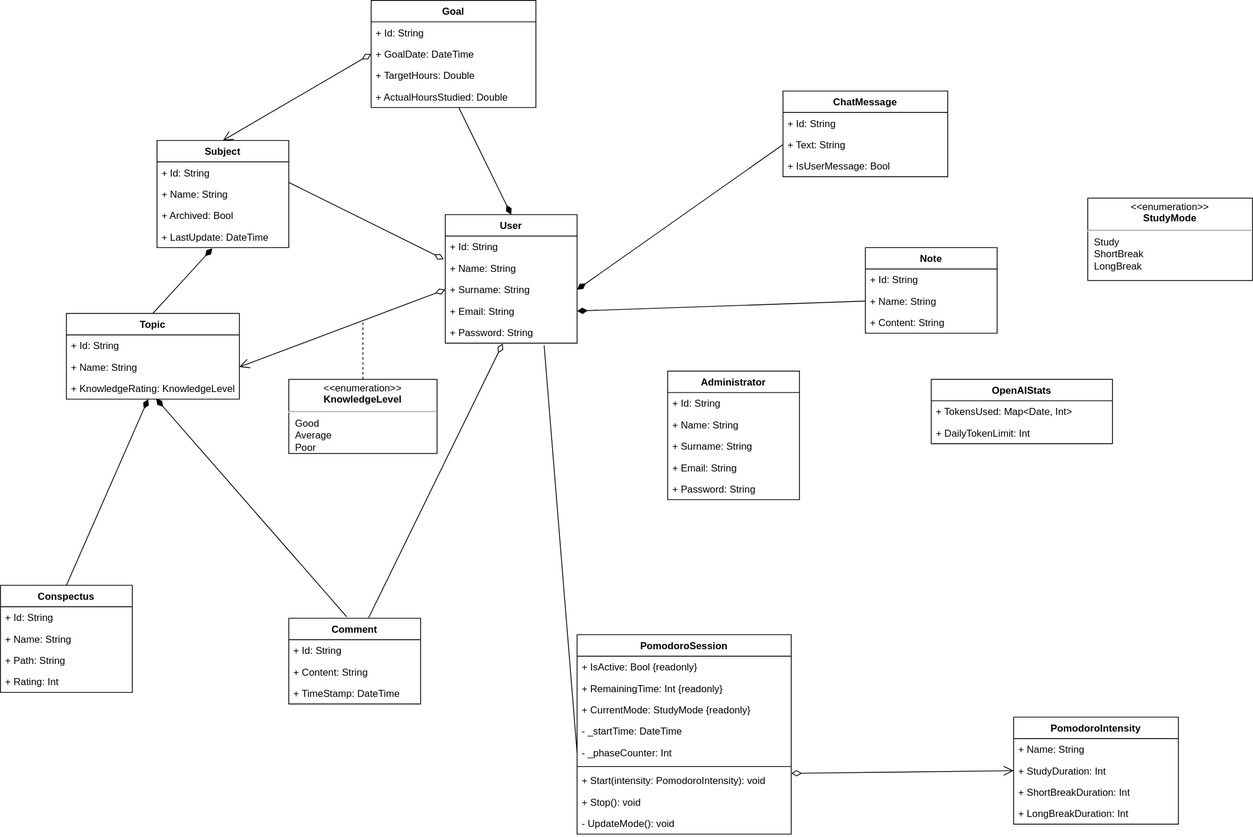
Earlier version of the draw.io export lab2diags/logical-view/models.drawio.svg (piatrashkakanstantinass/psi2). Source tidied: cells renumbered, new cells last; positions are measured from the earlier drawing's top-left corner, leaving out a move shared by most shapes.
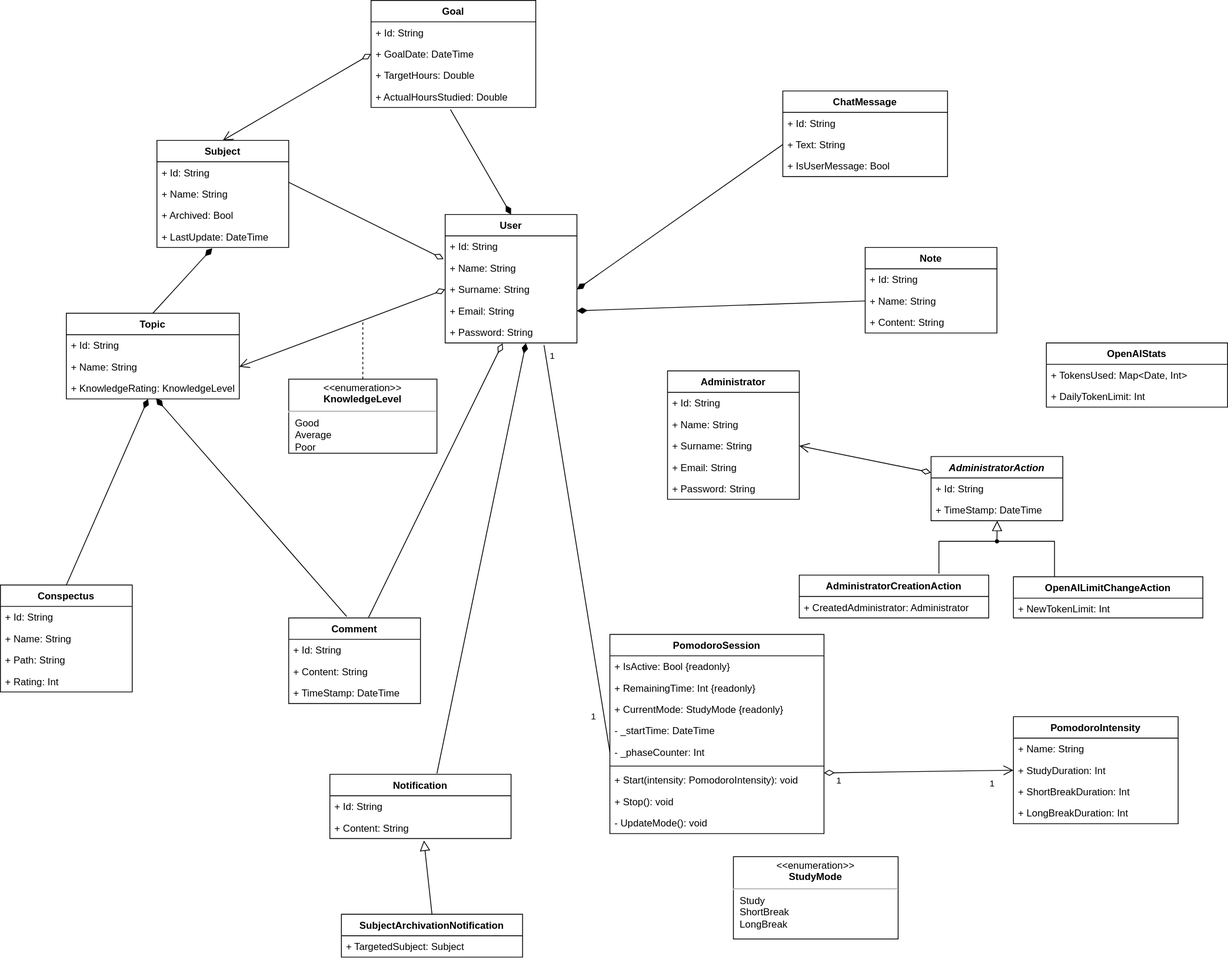
The same file after the commit.

Commit message:
feat: finalize models diagram

The edit, as a diff of the source:
```diff
@@ -144,7 +144,7 @@
       <mxGeometry y="104" width="200" height="26" as="geometry" />
     </mxCell>
     <mxCell id="49" value="PomodoroSession" style="swimlane;fontStyle=1;align=center;verticalAlign=top;horizontal=1;startSize=26;" parent="1" vertex="1">
-      <mxGeometry x="700" y="770" width="260" height="242" as="geometry" />
+      <mxGeometry x="740" y="770" width="260" height="242" as="geometry" />
     </mxCell>
     <mxCell id="50" value="+ IsActive: Bool {readonly}" style="text;strokeColor=none;fillColor=none;align=left;verticalAlign=top;spacingLeft=4;spacingRight=4;overflow=hidden;" parent="49" vertex="1">
       <mxGeometry y="26" width="260" height="26" as="geometry" />
@@ -174,7 +174,7 @@
       <mxGeometry y="216" width="260" height="26" as="geometry" />
     </mxCell>
     <mxCell id="59" value="&lt;p style=&quot;margin:0px;margin-top:4px;text-align:center;&quot;&gt;&amp;lt;&amp;lt;enumeration&amp;gt;&amp;gt;&lt;br&gt;&lt;b&gt;StudyMode&lt;/b&gt;&lt;/p&gt;&lt;hr&gt;&lt;p style=&quot;margin:0px;margin-left:8px;text-align:left;&quot;&gt;Study&lt;/p&gt;&lt;p style=&quot;margin:0px;margin-left:8px;text-align:left;&quot;&gt;ShortBreak&lt;/p&gt;&lt;p style=&quot;margin:0px;margin-left:8px;text-align:left;&quot;&gt;LongBreak&lt;/p&gt;" style="shape=rect;html=1;overflow=fill;whiteSpace=wrap;" parent="1" vertex="1">
-      <mxGeometry x="1320" y="240" width="200" height="100" as="geometry" />
+      <mxGeometry x="890" y="1040" width="200" height="100" as="geometry" />
     </mxCell>
     <mxCell id="60" style="html=1;endArrow=diamondThin;endFill=0;elbow=vertical;endSize=10;rounded=0;exitX=1;exitY=0.956;exitDx=0;exitDy=0;exitPerimeter=0;entryX=-0.012;entryY=1.081;entryDx=0;entryDy=0;entryPerimeter=0;" parent="1" edge="1" source="3" target="12">
       <mxGeometry relative="1" as="geometry" />
@@ -196,6 +196,16 @@
     <mxCell id="65" style="endArrow=none;html=1;rounded=0;startSize=10;endSize=10;exitX=0.75;exitY=1.103;exitDx=0;exitDy=0;exitPerimeter=0;entryX=0;entryY=0.5;entryDx=0;entryDy=0;" parent="1" edge="1" source="16" target="54">
       <mxGeometry relative="1" as="geometry" />
     </mxCell>
+    <mxCell id="78" value="1" style="edgeLabel;html=1;align=center;verticalAlign=middle;" parent="65" vertex="1">
+      <mxGeometry x="-0.95" y="-3" relative="1" as="geometry">
+        <mxPoint x="11" as="offset" />
+      </mxGeometry>
+    </mxCell>
+    <mxCell id="79" value="1" style="edgeLabel;html=1;align=center;verticalAlign=middle;" parent="65" vertex="1">
+      <mxGeometry x="0.75" y="2" relative="1" as="geometry">
+        <mxPoint x="-12" y="18" as="offset" />
+      </mxGeometry>
+    </mxCell>
     <mxCell id="66" style="endArrow=open;html=1;startArrow=diamondThin;startFill=0;align=left;verticalAlign=bottom;rounded=0;exitX=0;exitY=0.5;exitDx=0;exitDy=0;entryX=1;entryY=0.5;entryDx=0;entryDy=0;endSize=10;startSize=10;" parent="1" edge="1" source="14" target="9">
       <mxGeometry x="-0.76" y="-6" relative="1" as="geometry" />
     </mxCell>
@@ -207,6 +217,16 @@
     <mxCell id="68" style="endArrow=open;html=1;endSize=10;startArrow=diamondThin;startSize=10;startFill=0;align=left;verticalAlign=bottom;rounded=0;entryX=0;entryY=0.5;entryDx=0;entryDy=0;exitX=1;exitY=0.163;exitDx=0;exitDy=0;exitPerimeter=0;" parent="1" edge="1" source="56" target="46">
       <mxGeometry x="-1" y="3" relative="1" as="geometry" />
     </mxCell>
+    <mxCell id="80" value="1" style="edgeLabel;html=1;align=center;verticalAlign=middle;" parent="68" vertex="1">
+      <mxGeometry x="-0.84" relative="1" as="geometry">
+        <mxPoint y="10" as="offset" />
+      </mxGeometry>
+    </mxCell>
+    <mxCell id="81" value="1" style="edgeLabel;html=1;align=center;verticalAlign=middle;" parent="68" vertex="1">
+      <mxGeometry x="0.77" relative="1" as="geometry">
+        <mxPoint y="15" as="offset" />
+      </mxGeometry>
+    </mxCell>
     <mxCell id="69" value="Administrator" style="swimlane;fontStyle=1;align=center;verticalAlign=top;horizontal=1;startSize=26;" parent="1" vertex="1">
       <mxGeometry x="810" y="450" width="160" height="156" as="geometry" />
     </mxCell>
@@ -226,7 +246,7 @@
       <mxGeometry y="130" width="160" height="26" as="geometry" />
     </mxCell>
     <mxCell id="75" value="OpenAIStats" style="swimlane;fontStyle=1;align=center;verticalAlign=top;horizontal=1;startSize=26;" parent="1" vertex="1">
-      <mxGeometry x="1130" y="460" width="220" height="78" as="geometry" />
+      <mxGeometry x="1270" y="416" width="220" height="78" as="geometry" />
     </mxCell>
     <mxCell id="76" value="+ TokensUsed: Map&lt;Date, Int&gt;" style="text;strokeColor=none;fillColor=none;align=left;verticalAlign=top;spacingLeft=4;spacingRight=4;overflow=hidden;" parent="75" vertex="1">
       <mxGeometry y="26" width="220" height="26" as="geometry" />
@@ -234,5 +254,72 @@
     <mxCell id="77" value="+ DailyTokenLimit: Int" style="text;strokeColor=none;fillColor=none;align=left;verticalAlign=top;spacingLeft=4;spacingRight=4;overflow=hidden;" parent="75" vertex="1">
       <mxGeometry y="52" width="220" height="26" as="geometry" />
     </mxCell>
+    <mxCell id="82" value="AdministratorAction" style="swimlane;fontStyle=3;align=center;verticalAlign=top;horizontal=1;startSize=26;" parent="1" vertex="1">
+      <mxGeometry x="1130" y="554" width="160" height="78" as="geometry" />
+    </mxCell>
+    <mxCell id="83" value="+ Id: String" style="text;strokeColor=none;fillColor=none;align=left;verticalAlign=top;spacingLeft=4;spacingRight=4;overflow=hidden;" parent="82" vertex="1">
+      <mxGeometry y="26" width="160" height="26" as="geometry" />
+    </mxCell>
+    <mxCell id="84" value="+ TimeStamp: DateTime" style="text;strokeColor=none;fillColor=none;align=left;verticalAlign=top;spacingLeft=4;spacingRight=4;overflow=hidden;" parent="82" vertex="1">
+      <mxGeometry y="52" width="160" height="26" as="geometry" />
+    </mxCell>
+    <mxCell id="85" style="endArrow=open;html=1;endSize=10;startArrow=diamondThin;startSize=10;startFill=0;align=left;verticalAlign=bottom;rounded=0;entryX=1;entryY=0.5;entryDx=0;entryDy=0;exitX=0;exitY=0.25;exitDx=0;exitDy=0;" parent="1" edge="1" source="82" target="72">
+      <mxGeometry x="-1" y="3" relative="1" as="geometry" />
+    </mxCell>
+    <mxCell id="86" value="AdministratorCreationAction" style="swimlane;fontStyle=1;align=center;verticalAlign=top;horizontal=1;startSize=26;" parent="1" vertex="1">
+      <mxGeometry x="970" y="698" width="230" height="52" as="geometry" />
+    </mxCell>
+    <mxCell id="87" value="+ CreatedAdministrator: Administrator" style="text;strokeColor=none;fillColor=none;align=left;verticalAlign=top;spacingLeft=4;spacingRight=4;overflow=hidden;" parent="86" vertex="1">
+      <mxGeometry y="26" width="230" height="26" as="geometry" />
+    </mxCell>
+    <mxCell id="88" value="OpenAILimitChangeAction" style="swimlane;fontStyle=1;align=center;verticalAlign=top;horizontal=1;startSize=26;" parent="1" vertex="1">
+      <mxGeometry x="1230" y="700" width="230" height="50" as="geometry" />
+    </mxCell>
+    <mxCell id="89" value="+ NewTokenLimit: Int" style="text;strokeColor=none;fillColor=none;align=left;verticalAlign=top;spacingLeft=4;spacingRight=4;overflow=hidden;" parent="88" vertex="1">
+      <mxGeometry y="26" width="230" height="24" as="geometry" />
+    </mxCell>
+    <mxCell id="90" style="verticalAlign=bottom;html=1;ellipse;fillColor=strokeColor;fontFamily=Helvetica;fontSize=11;fontColor=default;" parent="1" vertex="1">
+      <mxGeometry x="1208" y="655" width="4" height="4" as="geometry" />
+    </mxCell>
+    <mxCell id="91" style="edgeStyle=elbowEdgeStyle;html=1;endSize=10;endArrow=block;endFill=0;elbow=horizontal;rounded=0;labelBackgroundColor=default;fontFamily=Helvetica;fontSize=11;fontColor=default;shape=connector;" parent="1" edge="1" source="90">
+      <mxGeometry x="1" relative="1" as="geometry">
+        <mxPoint x="1210" y="632" as="targetPoint" />
+      </mxGeometry>
+    </mxCell>
+    <mxCell id="92" style="edgeStyle=elbowEdgeStyle;html=1;elbow=vertical;verticalAlign=bottom;endArrow=none;rounded=0;labelBackgroundColor=default;fontFamily=Helvetica;fontSize=11;fontColor=default;startSize=14;shape=connector;entryX=0.217;entryY=0;entryDx=0;entryDy=0;entryPerimeter=0;" parent="1" edge="1" source="90" target="88">
+      <mxGeometry x="1" relative="1" as="geometry">
+        <Array as="points">
+          <mxPoint x="1250" y="657" />
+        </Array>
+      </mxGeometry>
+    </mxCell>
+    <mxCell id="93" style="edgeStyle=elbowEdgeStyle;html=1;elbow=vertical;verticalAlign=bottom;endArrow=none;rounded=0;labelBackgroundColor=default;fontFamily=Helvetica;fontSize=11;fontColor=default;startSize=14;shape=connector;entryX=0.737;entryY=-0.034;entryDx=0;entryDy=0;entryPerimeter=0;" parent="1" edge="1" source="90" target="86">
+      <mxGeometry x="1" relative="1" as="geometry">
+        <Array as="points">
+          <mxPoint x="1170" y="657" />
+        </Array>
+      </mxGeometry>
+    </mxCell>
+    <mxCell id="94" value="Notification" style="swimlane;fontStyle=1;align=center;verticalAlign=top;horizontal=1;startSize=26;" parent="1" vertex="1">
+      <mxGeometry x="400" y="940" width="220" height="78" as="geometry" />
+    </mxCell>
+    <mxCell id="95" value="+ Id: String" style="text;strokeColor=none;fillColor=none;align=left;verticalAlign=top;spacingLeft=4;spacingRight=4;overflow=hidden;" parent="94" vertex="1">
+      <mxGeometry y="26" width="220" height="26" as="geometry" />
+    </mxCell>
+    <mxCell id="96" value="+ Content: String" style="text;strokeColor=none;fillColor=none;align=left;verticalAlign=top;spacingLeft=4;spacingRight=4;overflow=hidden;points=[[0,0.5],[1,0.5]];portConstraint=eastwest;" parent="94" vertex="1">
+      <mxGeometry y="52" width="220" height="26" as="geometry" />
+    </mxCell>
+    <mxCell id="97" style="html=1;endArrow=diamondThin;endFill=1;elbow=vertical;endSize=10;rounded=0;exitX=0.591;exitY=-0.015;exitDx=0;exitDy=0;entryX=0.613;entryY=1.011;entryDx=0;entryDy=0;entryPerimeter=0;exitPerimeter=0;" parent="1" edge="1" source="94" target="16">
+      <mxGeometry relative="1" as="geometry" />
+    </mxCell>
+    <mxCell id="98" style="edgeStyle=none;html=1;endSize=10;endArrow=block;endFill=0;entryX=0.519;entryY=1.093;entryDx=0;entryDy=0;entryPerimeter=0;exitX=0.5;exitY=0;exitDx=0;exitDy=0;" parent="1" edge="1" source="99" target="96">
+      <mxGeometry relative="1" as="geometry" />
+    </mxCell>
+    <mxCell id="99" value="SubjectArchivationNotification" style="swimlane;fontStyle=1;align=center;verticalAlign=top;horizontal=1;startSize=26;" parent="1" vertex="1">
+      <mxGeometry x="414" y="1110" width="220" height="52" as="geometry" />
+    </mxCell>
+    <mxCell id="100" value="+ TargetedSubject: Subject" style="text;strokeColor=none;fillColor=none;align=left;verticalAlign=top;spacingLeft=4;spacingRight=4;overflow=hidden;" parent="99" vertex="1">
+      <mxGeometry y="26" width="220" height="26" as="geometry" />
+    </mxCell>
   </root>
 </mxGraphModel>
```
